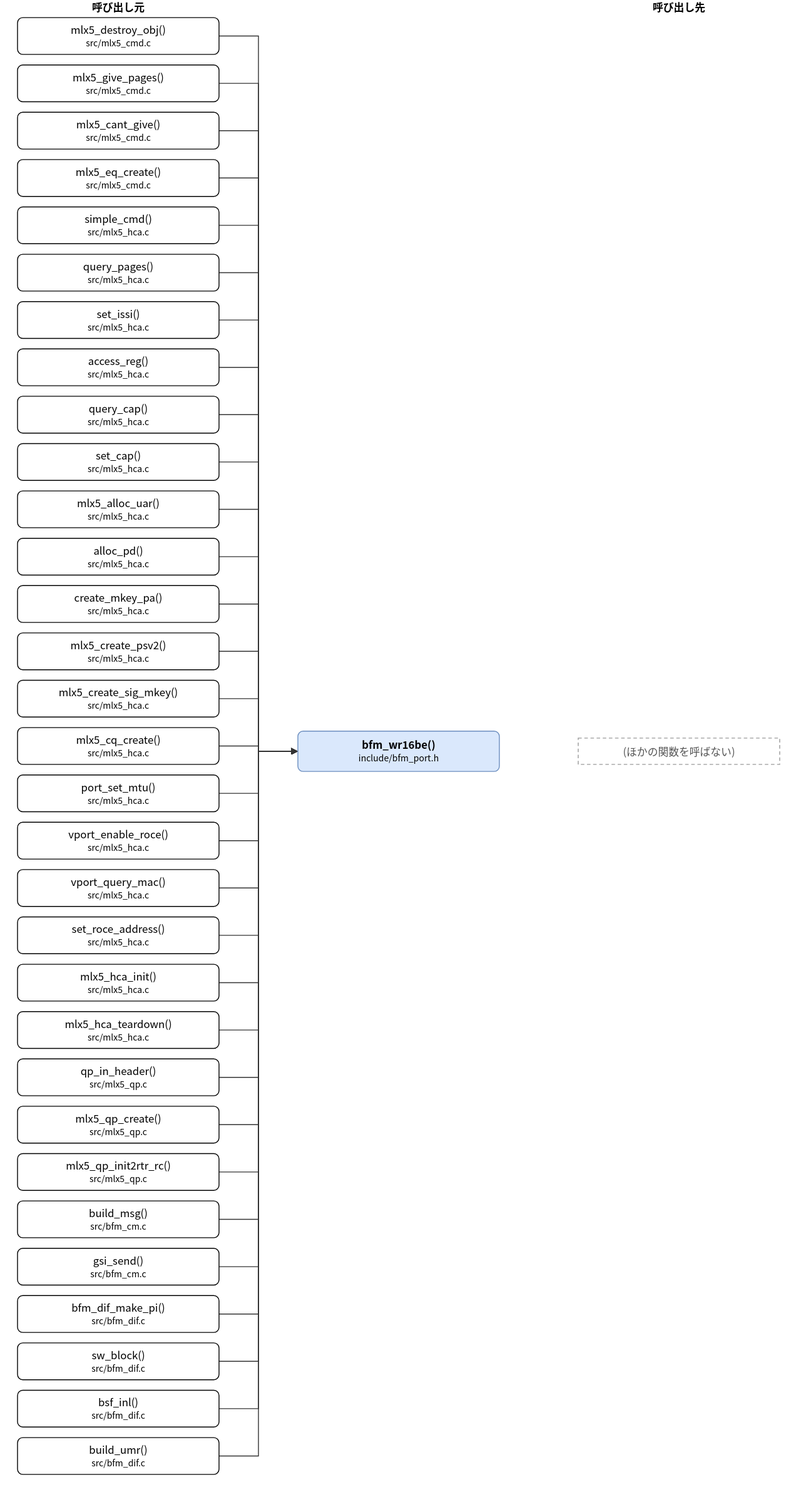
This is doc/spec/images/call_include_bfm_port-bfm_wr16be.drawio.svg from hf355051012-ai/bfmem, a draw.io export, as it was before one commit. Source tidied: cells renumbered, new cells last; positions are measured from the earlier drawing's top-left corner, leaving out a move shared by most shapes.
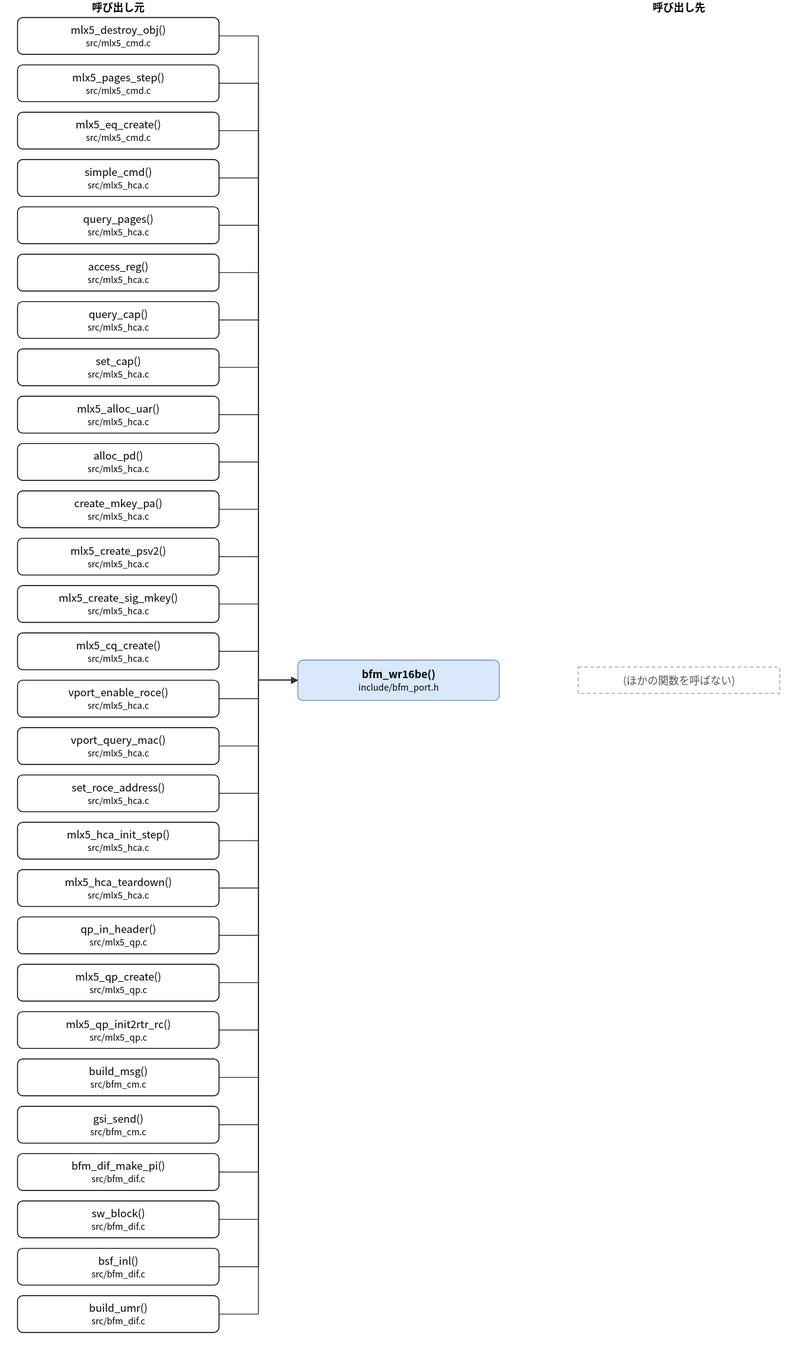
After the change.

Change to the diagram source:
```diff
@@ -5,3 +5,3 @@
     <mxCell id="2" value="bfm_wr16be()&lt;br&gt;&lt;font style=&quot;font-size:10px&quot;&gt;include/bfm_port.h&lt;/font&gt;" style="rounded=1;whiteSpace=wrap;html=1;fillColor=#dae8fc;strokeColor=#6c8ebf;fontStyle=1;" parent="1" vertex="1">
-      <mxGeometry x="320" y="834" width="230" height="46" as="geometry" />
+      <mxGeometry x="320" y="753" width="230" height="46" as="geometry" />
     </mxCell>
@@ -10,94 +10,85 @@
     </mxCell>
-    <mxCell id="4" value="mlx5_give_pages()&lt;br&gt;&lt;font style=&quot;font-size:10px&quot;&gt;src/mlx5_cmd.c&lt;/font&gt;" style="rounded=1;whiteSpace=wrap;html=1;" parent="1" vertex="1">
+    <mxCell id="4" value="mlx5_pages_step()&lt;br&gt;&lt;font style=&quot;font-size:10px&quot;&gt;src/mlx5_cmd.c&lt;/font&gt;" style="rounded=1;whiteSpace=wrap;html=1;" parent="1" vertex="1">
       <mxGeometry y="74" width="230" height="42" as="geometry" />
     </mxCell>
-    <mxCell id="5" value="mlx5_cant_give()&lt;br&gt;&lt;font style=&quot;font-size:10px&quot;&gt;src/mlx5_cmd.c&lt;/font&gt;" style="rounded=1;whiteSpace=wrap;html=1;" parent="1" vertex="1">
+    <mxCell id="5" value="mlx5_eq_create()&lt;br&gt;&lt;font style=&quot;font-size:10px&quot;&gt;src/mlx5_cmd.c&lt;/font&gt;" style="rounded=1;whiteSpace=wrap;html=1;" parent="1" vertex="1">
       <mxGeometry y="128" width="230" height="42" as="geometry" />
     </mxCell>
-    <mxCell id="6" value="mlx5_eq_create()&lt;br&gt;&lt;font style=&quot;font-size:10px&quot;&gt;src/mlx5_cmd.c&lt;/font&gt;" style="rounded=1;whiteSpace=wrap;html=1;" parent="1" vertex="1">
+    <mxCell id="6" value="simple_cmd()&lt;br&gt;&lt;font style=&quot;font-size:10px&quot;&gt;src/mlx5_hca.c&lt;/font&gt;" style="rounded=1;whiteSpace=wrap;html=1;" parent="1" vertex="1">
       <mxGeometry y="182" width="230" height="42" as="geometry" />
     </mxCell>
-    <mxCell id="7" value="simple_cmd()&lt;br&gt;&lt;font style=&quot;font-size:10px&quot;&gt;src/mlx5_hca.c&lt;/font&gt;" style="rounded=1;whiteSpace=wrap;html=1;" parent="1" vertex="1">
+    <mxCell id="7" value="query_pages()&lt;br&gt;&lt;font style=&quot;font-size:10px&quot;&gt;src/mlx5_hca.c&lt;/font&gt;" style="rounded=1;whiteSpace=wrap;html=1;" parent="1" vertex="1">
       <mxGeometry y="236" width="230" height="42" as="geometry" />
     </mxCell>
-    <mxCell id="8" value="query_pages()&lt;br&gt;&lt;font style=&quot;font-size:10px&quot;&gt;src/mlx5_hca.c&lt;/font&gt;" style="rounded=1;whiteSpace=wrap;html=1;" parent="1" vertex="1">
+    <mxCell id="8" value="access_reg()&lt;br&gt;&lt;font style=&quot;font-size:10px&quot;&gt;src/mlx5_hca.c&lt;/font&gt;" style="rounded=1;whiteSpace=wrap;html=1;" parent="1" vertex="1">
       <mxGeometry y="290" width="230" height="42" as="geometry" />
     </mxCell>
-    <mxCell id="9" value="set_issi()&lt;br&gt;&lt;font style=&quot;font-size:10px&quot;&gt;src/mlx5_hca.c&lt;/font&gt;" style="rounded=1;whiteSpace=wrap;html=1;" parent="1" vertex="1">
+    <mxCell id="9" value="query_cap()&lt;br&gt;&lt;font style=&quot;font-size:10px&quot;&gt;src/mlx5_hca.c&lt;/font&gt;" style="rounded=1;whiteSpace=wrap;html=1;" parent="1" vertex="1">
       <mxGeometry y="344" width="230" height="42" as="geometry" />
     </mxCell>
-    <mxCell id="10" value="access_reg()&lt;br&gt;&lt;font style=&quot;font-size:10px&quot;&gt;src/mlx5_hca.c&lt;/font&gt;" style="rounded=1;whiteSpace=wrap;html=1;" parent="1" vertex="1">
+    <mxCell id="10" value="set_cap()&lt;br&gt;&lt;font style=&quot;font-size:10px&quot;&gt;src/mlx5_hca.c&lt;/font&gt;" style="rounded=1;whiteSpace=wrap;html=1;" parent="1" vertex="1">
       <mxGeometry y="398" width="230" height="42" as="geometry" />
     </mxCell>
-    <mxCell id="11" value="query_cap()&lt;br&gt;&lt;font style=&quot;font-size:10px&quot;&gt;src/mlx5_hca.c&lt;/font&gt;" style="rounded=1;whiteSpace=wrap;html=1;" parent="1" vertex="1">
+    <mxCell id="11" value="mlx5_alloc_uar()&lt;br&gt;&lt;font style=&quot;font-size:10px&quot;&gt;src/mlx5_hca.c&lt;/font&gt;" style="rounded=1;whiteSpace=wrap;html=1;" parent="1" vertex="1">
       <mxGeometry y="452" width="230" height="42" as="geometry" />
     </mxCell>
-    <mxCell id="12" value="set_cap()&lt;br&gt;&lt;font style=&quot;font-size:10px&quot;&gt;src/mlx5_hca.c&lt;/font&gt;" style="rounded=1;whiteSpace=wrap;html=1;" parent="1" vertex="1">
+    <mxCell id="12" value="alloc_pd()&lt;br&gt;&lt;font style=&quot;font-size:10px&quot;&gt;src/mlx5_hca.c&lt;/font&gt;" style="rounded=1;whiteSpace=wrap;html=1;" parent="1" vertex="1">
       <mxGeometry y="506" width="230" height="42" as="geometry" />
     </mxCell>
-    <mxCell id="13" value="mlx5_alloc_uar()&lt;br&gt;&lt;font style=&quot;font-size:10px&quot;&gt;src/mlx5_hca.c&lt;/font&gt;" style="rounded=1;whiteSpace=wrap;html=1;" parent="1" vertex="1">
+    <mxCell id="13" value="create_mkey_pa()&lt;br&gt;&lt;font style=&quot;font-size:10px&quot;&gt;src/mlx5_hca.c&lt;/font&gt;" style="rounded=1;whiteSpace=wrap;html=1;" parent="1" vertex="1">
       <mxGeometry y="560" width="230" height="42" as="geometry" />
     </mxCell>
-    <mxCell id="14" value="alloc_pd()&lt;br&gt;&lt;font style=&quot;font-size:10px&quot;&gt;src/mlx5_hca.c&lt;/font&gt;" style="rounded=1;whiteSpace=wrap;html=1;" parent="1" vertex="1">
+    <mxCell id="14" value="mlx5_create_psv2()&lt;br&gt;&lt;font style=&quot;font-size:10px&quot;&gt;src/mlx5_hca.c&lt;/font&gt;" style="rounded=1;whiteSpace=wrap;html=1;" parent="1" vertex="1">
       <mxGeometry y="614" width="230" height="42" as="geometry" />
     </mxCell>
-    <mxCell id="15" value="create_mkey_pa()&lt;br&gt;&lt;font style=&quot;font-size:10px&quot;&gt;src/mlx5_hca.c&lt;/font&gt;" style="rounded=1;whiteSpace=wrap;html=1;" parent="1" vertex="1">
+    <mxCell id="15" value="mlx5_create_sig_mkey()&lt;br&gt;&lt;font style=&quot;font-size:10px&quot;&gt;src/mlx5_hca.c&lt;/font&gt;" style="rounded=1;whiteSpace=wrap;html=1;" parent="1" vertex="1">
       <mxGeometry y="668" width="230" height="42" as="geometry" />
     </mxCell>
-    <mxCell id="16" value="mlx5_create_psv2()&lt;br&gt;&lt;font style=&quot;font-size:10px&quot;&gt;src/mlx5_hca.c&lt;/font&gt;" style="rounded=1;whiteSpace=wrap;html=1;" parent="1" vertex="1">
+    <mxCell id="16" value="mlx5_cq_create()&lt;br&gt;&lt;font style=&quot;font-size:10px&quot;&gt;src/mlx5_hca.c&lt;/font&gt;" style="rounded=1;whiteSpace=wrap;html=1;" parent="1" vertex="1">
       <mxGeometry y="722" width="230" height="42" as="geometry" />
     </mxCell>
-    <mxCell id="17" value="mlx5_create_sig_mkey()&lt;br&gt;&lt;font style=&quot;font-size:10px&quot;&gt;src/mlx5_hca.c&lt;/font&gt;" style="rounded=1;whiteSpace=wrap;html=1;" parent="1" vertex="1">
+    <mxCell id="17" value="vport_enable_roce()&lt;br&gt;&lt;font style=&quot;font-size:10px&quot;&gt;src/mlx5_hca.c&lt;/font&gt;" style="rounded=1;whiteSpace=wrap;html=1;" parent="1" vertex="1">
       <mxGeometry y="776" width="230" height="42" as="geometry" />
     </mxCell>
-    <mxCell id="18" value="mlx5_cq_create()&lt;br&gt;&lt;font style=&quot;font-size:10px&quot;&gt;src/mlx5_hca.c&lt;/font&gt;" style="rounded=1;whiteSpace=wrap;html=1;" parent="1" vertex="1">
+    <mxCell id="18" value="vport_query_mac()&lt;br&gt;&lt;font style=&quot;font-size:10px&quot;&gt;src/mlx5_hca.c&lt;/font&gt;" style="rounded=1;whiteSpace=wrap;html=1;" parent="1" vertex="1">
       <mxGeometry y="830" width="230" height="42" as="geometry" />
     </mxCell>
-    <mxCell id="19" value="port_set_mtu()&lt;br&gt;&lt;font style=&quot;font-size:10px&quot;&gt;src/mlx5_hca.c&lt;/font&gt;" style="rounded=1;whiteSpace=wrap;html=1;" parent="1" vertex="1">
+    <mxCell id="19" value="set_roce_address()&lt;br&gt;&lt;font style=&quot;font-size:10px&quot;&gt;src/mlx5_hca.c&lt;/font&gt;" style="rounded=1;whiteSpace=wrap;html=1;" parent="1" vertex="1">
       <mxGeometry y="884" width="230" height="42" as="geometry" />
     </mxCell>
-    <mxCell id="20" value="vport_enable_roce()&lt;br&gt;&lt;font style=&quot;font-size:10px&quot;&gt;src/mlx5_hca.c&lt;/font&gt;" style="rounded=1;whiteSpace=wrap;html=1;" parent="1" vertex="1">
+    <mxCell id="20" value="mlx5_hca_init_step()&lt;br&gt;&lt;font style=&quot;font-size:10px&quot;&gt;src/mlx5_hca.c&lt;/font&gt;" style="rounded=1;whiteSpace=wrap;html=1;" parent="1" vertex="1">
       <mxGeometry y="938" width="230" height="42" as="geometry" />
     </mxCell>
-    <mxCell id="21" value="vport_query_mac()&lt;br&gt;&lt;font style=&quot;font-size:10px&quot;&gt;src/mlx5_hca.c&lt;/font&gt;" style="rounded=1;whiteSpace=wrap;html=1;" parent="1" vertex="1">
+    <mxCell id="21" value="mlx5_hca_teardown()&lt;br&gt;&lt;font style=&quot;font-size:10px&quot;&gt;src/mlx5_hca.c&lt;/font&gt;" style="rounded=1;whiteSpace=wrap;html=1;" parent="1" vertex="1">
       <mxGeometry y="992" width="230" height="42" as="geometry" />
     </mxCell>
-    <mxCell id="22" value="set_roce_address()&lt;br&gt;&lt;font style=&quot;font-size:10px&quot;&gt;src/mlx5_hca.c&lt;/font&gt;" style="rounded=1;whiteSpace=wrap;html=1;" parent="1" vertex="1">
+    <mxCell id="22" value="qp_in_header()&lt;br&gt;&lt;font style=&quot;font-size:10px&quot;&gt;src/mlx5_qp.c&lt;/font&gt;" style="rounded=1;whiteSpace=wrap;html=1;" parent="1" vertex="1">
       <mxGeometry y="1046" width="230" height="42" as="geometry" />
     </mxCell>
-    <mxCell id="23" value="mlx5_hca_init()&lt;br&gt;&lt;font style=&quot;font-size:10px&quot;&gt;src/mlx5_hca.c&lt;/font&gt;" style="rounded=1;whiteSpace=wrap;html=1;" parent="1" vertex="1">
+    <mxCell id="23" value="mlx5_qp_create()&lt;br&gt;&lt;font style=&quot;font-size:10px&quot;&gt;src/mlx5_qp.c&lt;/font&gt;" style="rounded=1;whiteSpace=wrap;html=1;" parent="1" vertex="1">
       <mxGeometry y="1100" width="230" height="42" as="geometry" />
     </mxCell>
-    <mxCell id="24" value="mlx5_hca_teardown()&lt;br&gt;&lt;font style=&quot;font-size:10px&quot;&gt;src/mlx5_hca.c&lt;/font&gt;" style="rounded=1;whiteSpace=wrap;html=1;" parent="1" vertex="1">
+    <mxCell id="24" value="mlx5_qp_init2rtr_rc()&lt;br&gt;&lt;font style=&quot;font-size:10px&quot;&gt;src/mlx5_qp.c&lt;/font&gt;" style="rounded=1;whiteSpace=wrap;html=1;" parent="1" vertex="1">
       <mxGeometry y="1154" width="230" height="42" as="geometry" />
     </mxCell>
-    <mxCell id="25" value="qp_in_header()&lt;br&gt;&lt;font style=&quot;font-size:10px&quot;&gt;src/mlx5_qp.c&lt;/font&gt;" style="rounded=1;whiteSpace=wrap;html=1;" parent="1" vertex="1">
+    <mxCell id="25" value="build_msg()&lt;br&gt;&lt;font style=&quot;font-size:10px&quot;&gt;src/bfm_cm.c&lt;/font&gt;" style="rounded=1;whiteSpace=wrap;html=1;" parent="1" vertex="1">
       <mxGeometry y="1208" width="230" height="42" as="geometry" />
     </mxCell>
-    <mxCell id="26" value="mlx5_qp_create()&lt;br&gt;&lt;font style=&quot;font-size:10px&quot;&gt;src/mlx5_qp.c&lt;/font&gt;" style="rounded=1;whiteSpace=wrap;html=1;" parent="1" vertex="1">
+    <mxCell id="26" value="gsi_send()&lt;br&gt;&lt;font style=&quot;font-size:10px&quot;&gt;src/bfm_cm.c&lt;/font&gt;" style="rounded=1;whiteSpace=wrap;html=1;" parent="1" vertex="1">
       <mxGeometry y="1262" width="230" height="42" as="geometry" />
     </mxCell>
-    <mxCell id="27" value="mlx5_qp_init2rtr_rc()&lt;br&gt;&lt;font style=&quot;font-size:10px&quot;&gt;src/mlx5_qp.c&lt;/font&gt;" style="rounded=1;whiteSpace=wrap;html=1;" parent="1" vertex="1">
+    <mxCell id="27" value="bfm_dif_make_pi()&lt;br&gt;&lt;font style=&quot;font-size:10px&quot;&gt;src/bfm_dif.c&lt;/font&gt;" style="rounded=1;whiteSpace=wrap;html=1;" parent="1" vertex="1">
       <mxGeometry y="1316" width="230" height="42" as="geometry" />
     </mxCell>
-    <mxCell id="28" value="build_msg()&lt;br&gt;&lt;font style=&quot;font-size:10px&quot;&gt;src/bfm_cm.c&lt;/font&gt;" style="rounded=1;whiteSpace=wrap;html=1;" parent="1" vertex="1">
+    <mxCell id="28" value="sw_block()&lt;br&gt;&lt;font style=&quot;font-size:10px&quot;&gt;src/bfm_dif.c&lt;/font&gt;" style="rounded=1;whiteSpace=wrap;html=1;" parent="1" vertex="1">
       <mxGeometry y="1370" width="230" height="42" as="geometry" />
     </mxCell>
-    <mxCell id="29" value="gsi_send()&lt;br&gt;&lt;font style=&quot;font-size:10px&quot;&gt;src/bfm_cm.c&lt;/font&gt;" style="rounded=1;whiteSpace=wrap;html=1;" parent="1" vertex="1">
+    <mxCell id="29" value="bsf_inl()&lt;br&gt;&lt;font style=&quot;font-size:10px&quot;&gt;src/bfm_dif.c&lt;/font&gt;" style="rounded=1;whiteSpace=wrap;html=1;" parent="1" vertex="1">
       <mxGeometry y="1424" width="230" height="42" as="geometry" />
     </mxCell>
-    <mxCell id="30" value="bfm_dif_make_pi()&lt;br&gt;&lt;font style=&quot;font-size:10px&quot;&gt;src/bfm_dif.c&lt;/font&gt;" style="rounded=1;whiteSpace=wrap;html=1;" parent="1" vertex="1">
+    <mxCell id="30" value="build_umr()&lt;br&gt;&lt;font style=&quot;font-size:10px&quot;&gt;src/bfm_dif.c&lt;/font&gt;" style="rounded=1;whiteSpace=wrap;html=1;" parent="1" vertex="1">
       <mxGeometry y="1478" width="230" height="42" as="geometry" />
     </mxCell>
-    <mxCell id="31" value="sw_block()&lt;br&gt;&lt;font style=&quot;font-size:10px&quot;&gt;src/bfm_dif.c&lt;/font&gt;" style="rounded=1;whiteSpace=wrap;html=1;" parent="1" vertex="1">
-      <mxGeometry y="1532" width="230" height="42" as="geometry" />
-    </mxCell>
-    <mxCell id="32" value="bsf_inl()&lt;br&gt;&lt;font style=&quot;font-size:10px&quot;&gt;src/bfm_dif.c&lt;/font&gt;" style="rounded=1;whiteSpace=wrap;html=1;" parent="1" vertex="1">
-      <mxGeometry y="1586" width="230" height="42" as="geometry" />
-    </mxCell>
-    <mxCell id="33" value="build_umr()&lt;br&gt;&lt;font style=&quot;font-size:10px&quot;&gt;src/bfm_dif.c&lt;/font&gt;" style="rounded=1;whiteSpace=wrap;html=1;" parent="1" vertex="1">
-      <mxGeometry y="1640" width="230" height="42" as="geometry" />
-    </mxCell>
     <mxCell id="34" value="(ほかの関数を呼ばない)" style="rounded=0;whiteSpace=wrap;html=1;dashed=1;strokeColor=#999999;fontColor=#555555;dashed=1;" parent="1" vertex="1">
-      <mxGeometry x="640" y="842" width="230" height="30" as="geometry" />
+      <mxGeometry x="640" y="761" width="230" height="30" as="geometry" />
     </mxCell>
@@ -107,3 +98,3 @@
           <mxPoint x="275" y="41" />
-          <mxPoint x="275" y="857" />
+          <mxPoint x="275" y="776" />
         </Array>
@@ -115,3 +106,3 @@
           <mxPoint x="275" y="95" />
-          <mxPoint x="275" y="857" />
+          <mxPoint x="275" y="776" />
         </Array>
@@ -123,3 +114,3 @@
           <mxPoint x="275" y="149" />
-          <mxPoint x="275" y="857" />
+          <mxPoint x="275" y="776" />
         </Array>
@@ -131,3 +122,3 @@
           <mxPoint x="275" y="203" />
-          <mxPoint x="275" y="857" />
+          <mxPoint x="275" y="776" />
         </Array>
@@ -139,3 +130,3 @@
           <mxPoint x="275" y="257" />
-          <mxPoint x="275" y="857" />
+          <mxPoint x="275" y="776" />
         </Array>
@@ -147,3 +138,3 @@
           <mxPoint x="275" y="311" />
-          <mxPoint x="275" y="857" />
+          <mxPoint x="275" y="776" />
         </Array>
@@ -155,3 +146,3 @@
           <mxPoint x="275" y="365" />
-          <mxPoint x="275" y="857" />
+          <mxPoint x="275" y="776" />
         </Array>
@@ -163,3 +154,3 @@
           <mxPoint x="275" y="419" />
-          <mxPoint x="275" y="857" />
+          <mxPoint x="275" y="776" />
         </Array>
@@ -171,3 +162,3 @@
           <mxPoint x="275" y="473" />
-          <mxPoint x="275" y="857" />
+          <mxPoint x="275" y="776" />
         </Array>
@@ -179,3 +170,3 @@
           <mxPoint x="275" y="527" />
-          <mxPoint x="275" y="857" />
+          <mxPoint x="275" y="776" />
         </Array>
@@ -187,3 +178,3 @@
           <mxPoint x="275" y="581" />
-          <mxPoint x="275" y="857" />
+          <mxPoint x="275" y="776" />
         </Array>
@@ -195,3 +186,3 @@
           <mxPoint x="275" y="635" />
-          <mxPoint x="275" y="857" />
+          <mxPoint x="275" y="776" />
         </Array>
@@ -203,3 +194,3 @@
           <mxPoint x="275" y="689" />
-          <mxPoint x="275" y="857" />
+          <mxPoint x="275" y="776" />
         </Array>
@@ -211,3 +202,3 @@
           <mxPoint x="275" y="743" />
-          <mxPoint x="275" y="857" />
+          <mxPoint x="275" y="776" />
         </Array>
@@ -219,3 +210,3 @@
           <mxPoint x="275" y="797" />
-          <mxPoint x="275" y="857" />
+          <mxPoint x="275" y="776" />
         </Array>
@@ -227,3 +218,3 @@
           <mxPoint x="275" y="851" />
-          <mxPoint x="275" y="857" />
+          <mxPoint x="275" y="776" />
         </Array>
@@ -235,3 +226,3 @@
           <mxPoint x="275" y="905" />
-          <mxPoint x="275" y="857" />
+          <mxPoint x="275" y="776" />
         </Array>
@@ -243,3 +234,3 @@
           <mxPoint x="275" y="959" />
-          <mxPoint x="275" y="857" />
+          <mxPoint x="275" y="776" />
         </Array>
@@ -251,3 +242,3 @@
           <mxPoint x="275" y="1013" />
-          <mxPoint x="275" y="857" />
+          <mxPoint x="275" y="776" />
         </Array>
@@ -259,3 +250,3 @@
           <mxPoint x="275" y="1067" />
-          <mxPoint x="275" y="857" />
+          <mxPoint x="275" y="776" />
         </Array>
@@ -267,3 +258,3 @@
           <mxPoint x="275" y="1121" />
-          <mxPoint x="275" y="857" />
+          <mxPoint x="275" y="776" />
         </Array>
@@ -275,3 +266,3 @@
           <mxPoint x="275" y="1175" />
-          <mxPoint x="275" y="857" />
+          <mxPoint x="275" y="776" />
         </Array>
@@ -283,3 +274,3 @@
           <mxPoint x="275" y="1229" />
-          <mxPoint x="275" y="857" />
+          <mxPoint x="275" y="776" />
         </Array>
@@ -291,3 +282,3 @@
           <mxPoint x="275" y="1283" />
-          <mxPoint x="275" y="857" />
+          <mxPoint x="275" y="776" />
         </Array>
@@ -299,3 +290,3 @@
           <mxPoint x="275" y="1337" />
-          <mxPoint x="275" y="857" />
+          <mxPoint x="275" y="776" />
         </Array>
@@ -307,3 +298,3 @@
           <mxPoint x="275" y="1391" />
-          <mxPoint x="275" y="857" />
+          <mxPoint x="275" y="776" />
         </Array>
@@ -315,3 +306,3 @@
           <mxPoint x="275" y="1445" />
-          <mxPoint x="275" y="857" />
+          <mxPoint x="275" y="776" />
         </Array>
@@ -323,3 +314,3 @@
           <mxPoint x="275" y="1499" />
-          <mxPoint x="275" y="857" />
+          <mxPoint x="275" y="776" />
         </Array>
@@ -327,26 +318,2 @@
     </mxCell>
-    <mxCell id="63" style="edgeStyle=none;html=1;rounded=0;endArrow=block;endFill=1;exitX=1.0000;exitY=0.5000;exitDx=0;exitDy=0;exitPerimeter=0;entryX=0.0000;entryY=0.5000;entryDx=0;entryDy=0;entryPerimeter=0;" parent="1" edge="1" source="31" target="2">
-      <mxGeometry relative="1" as="geometry">
-        <Array as="points">
-          <mxPoint x="275" y="1553" />
-          <mxPoint x="275" y="857" />
-        </Array>
-      </mxGeometry>
-    </mxCell>
-    <mxCell id="64" style="edgeStyle=none;html=1;rounded=0;endArrow=block;endFill=1;exitX=1.0000;exitY=0.5000;exitDx=0;exitDy=0;exitPerimeter=0;entryX=0.0000;entryY=0.5000;entryDx=0;entryDy=0;entryPerimeter=0;" parent="1" edge="1" source="32" target="2">
-      <mxGeometry relative="1" as="geometry">
-        <Array as="points">
-          <mxPoint x="275" y="1607" />
-          <mxPoint x="275" y="857" />
-        </Array>
-      </mxGeometry>
-    </mxCell>
-    <mxCell id="65" style="edgeStyle=none;html=1;rounded=0;endArrow=block;endFill=1;exitX=1.0000;exitY=0.5000;exitDx=0;exitDy=0;exitPerimeter=0;entryX=0.0000;entryY=0.5000;entryDx=0;entryDy=0;entryPerimeter=0;" parent="1" edge="1" source="33" target="2">
-      <mxGeometry relative="1" as="geometry">
-        <Array as="points">
-          <mxPoint x="275" y="1661" />
-          <mxPoint x="275" y="857" />
-        </Array>
-      </mxGeometry>
-    </mxCell>
     <mxCell id="66" value="呼び出し元" style="text;html=1;align=center;fontStyle=1;" parent="1" vertex="1">
```
